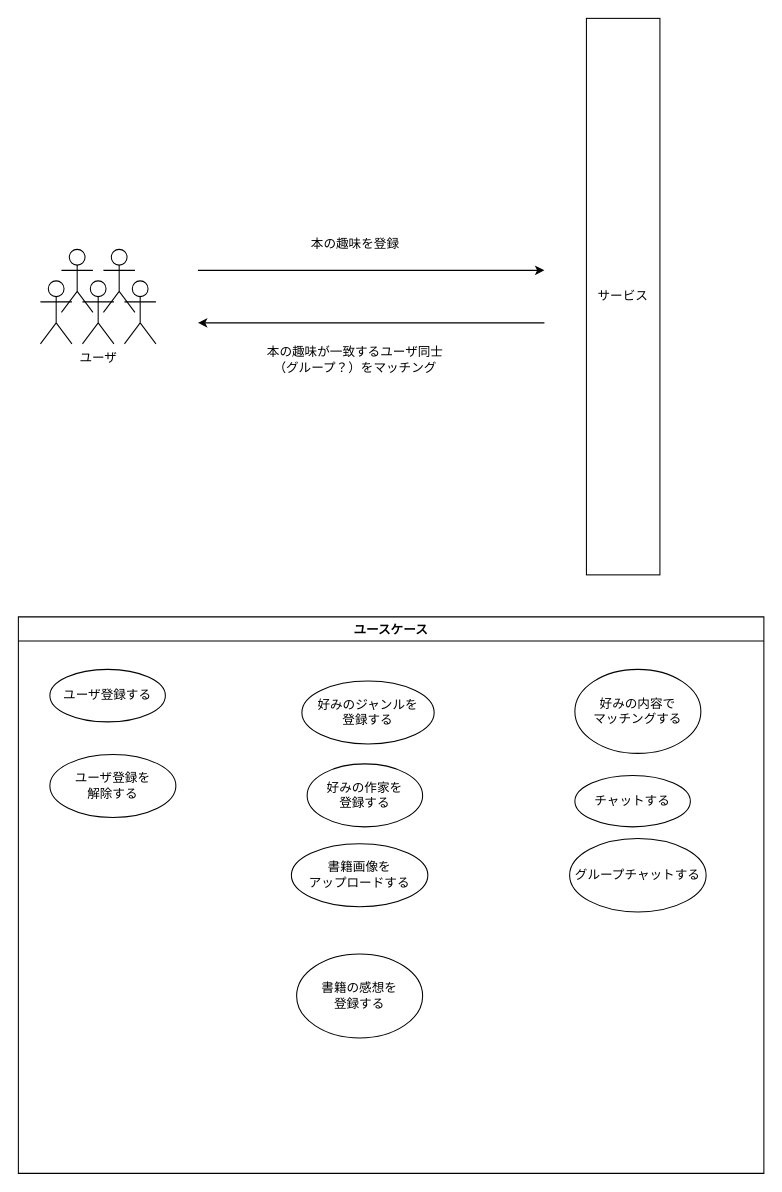
Earlier version of the draw.io diagram page "PICT図" (1 of 2) of documents/service.dio (wankosoba/bookmatch). Source tidied: cells renumbered, new cells numbered last; positions are measured from the earlier drawing's top-left corner, leaving out a move shared by most shapes. Both pictures are drawn from the tidied source at 105%, with x=0, y=0 at pixel (18, 18).
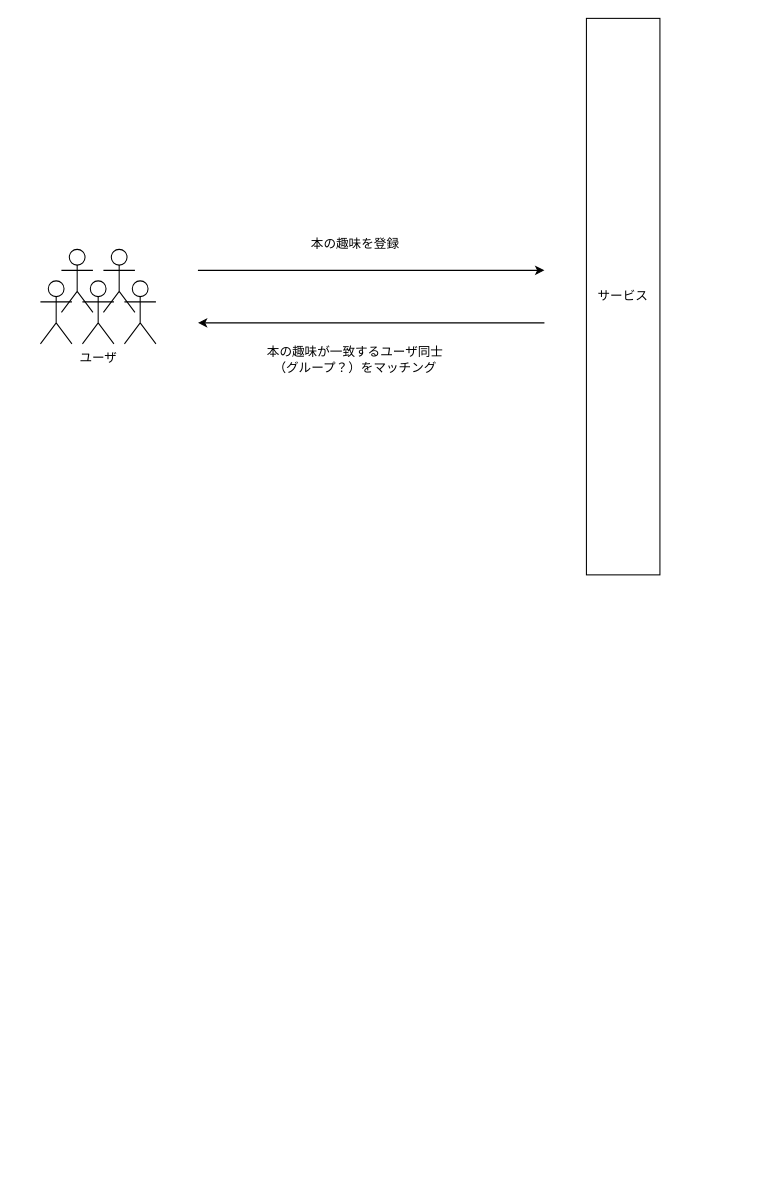
Above is the later version.

Change to the diagram source:
```diff
@@
-    <mxCell id="14" value="ユースケース" style="swimlane;" parent="1" vertex="1">
-      <mxGeometry y="570" width="710" height="530" as="geometry" />
-    </mxCell>
-    <mxCell id="15" value="ユーザ登録する" style="ellipse;whiteSpace=wrap;html=1;" parent="14" vertex="1">
-      <mxGeometry x="30" y="50" width="110" height="50" as="geometry" />
-    </mxCell>
-    <mxCell id="16" value="ユーザ登録を&lt;br&gt;解除する" style="ellipse;whiteSpace=wrap;html=1;" parent="14" vertex="1">
-      <mxGeometry x="30" y="131" width="120" height="60" as="geometry" />
-    </mxCell>
-    <mxCell id="17" value="書籍画像を&lt;br&gt;アップロードする" style="ellipse;whiteSpace=wrap;html=1;" parent="14" vertex="1">
-      <mxGeometry x="260" y="216" width="130" height="60" as="geometry" />
-    </mxCell>
-    <mxCell id="18" value="好みのジャンルを&lt;br&gt;登録する" style="ellipse;whiteSpace=wrap;html=1;" parent="14" vertex="1">
-      <mxGeometry x="270" y="61" width="126" height="60" as="geometry" />
-    </mxCell>
-    <mxCell id="19" value="好みの作家を&lt;br&gt;登録する" style="ellipse;whiteSpace=wrap;html=1;" parent="14" vertex="1">
-      <mxGeometry x="275" y="140" width="110" height="60" as="geometry" />
-    </mxCell>
-    <mxCell id="20" value="書籍の感想を&lt;br&gt;登録する" style="ellipse;whiteSpace=wrap;html=1;" parent="14" vertex="1">
-      <mxGeometry x="265" y="321" width="120" height="80" as="geometry" />
-    </mxCell>
-    <mxCell id="21" value="チャットする" style="ellipse;whiteSpace=wrap;html=1;" parent="14" vertex="1">
-      <mxGeometry x="530" y="151" width="110" height="49" as="geometry" />
-    </mxCell>
-    <mxCell id="22" value="好みの内容で&lt;br&gt;マッチングする" style="ellipse;whiteSpace=wrap;html=1;" parent="14" vertex="1">
-      <mxGeometry x="530" y="50" width="120" height="80" as="geometry" />
-    </mxCell>
-    <mxCell id="23" value="グループチャットする" style="ellipse;whiteSpace=wrap;html=1;" parent="14" vertex="1">
-      <mxGeometry x="525" y="211" width="130" height="70" as="geometry" />
-    </mxCell>
```
